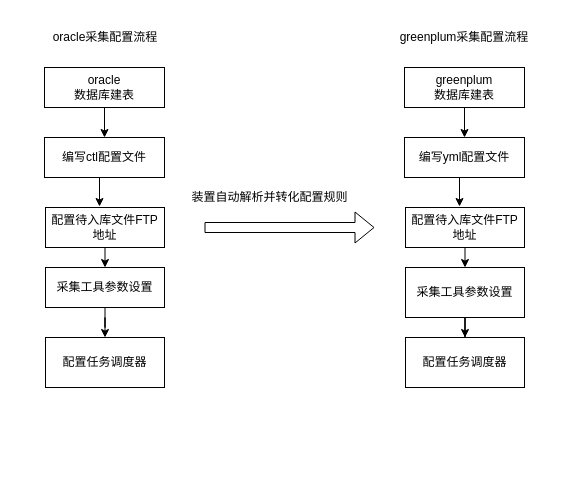
Above: Untitled Diagram.drawio in jiangyuanyuan1/invention (draw.io), before the change. Source tidied: cells renumbered, new cells numbered last; positions are measured from the earlier drawing's top-left corner, leaving out a move shared by most shapes. Both pictures are drawn from the tidied source at 100%, with x=0, y=0 at pixel (44, 17).
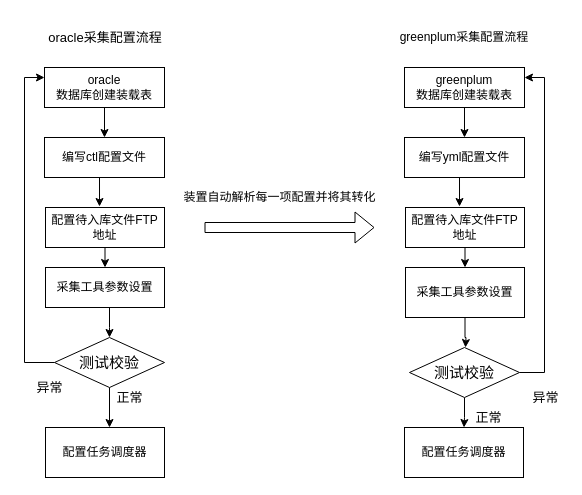
The same page after the edit.

Unchanged cells that the change refers to:
```xml
<mxCell id="10" value="采集工具参数设置" style="rounded=0;whiteSpace=wrap;html=1;" parent="1" vertex="1">
  <mxGeometry x="1" y="250" width="119" height="40" as="geometry" />
</mxCell>
<mxCell id="20" value="采集工具参数设置" style="rounded=0;whiteSpace=wrap;html=1;" parent="1" vertex="1">
  <mxGeometry x="361" y="250" width="119" height="50" as="geometry" />
</mxCell>
```

The edit, as a diff of the source:
```diff
@@
-    <mxCell id="3" value="oracle&lt;br&gt;数据库建表" style="rounded=0;whiteSpace=wrap;html=1;" parent="1" vertex="1">
+    <mxCell id="3" value="oracle&lt;br&gt;数据库创建装载表" style="rounded=0;whiteSpace=wrap;html=1;" parent="1" vertex="1">
       <mxGeometry y="50" width="120" height="40" as="geometry" />
     </mxCell>
-    <mxCell id="4" value="oracle采集配置流程" style="text;html=1;strokeColor=none;fillColor=none;align=center;verticalAlign=middle;whiteSpace=wrap;rounded=0;" parent="1" vertex="1">
+    <mxCell id="4" value="oracle采集配置流程" style="text;html=1;strokeColor=none;fillColor=none;align=center;verticalAlign=middle;whiteSpace=wrap;rounded=0;fontSize=13;" parent="1" vertex="1">
       <mxGeometry x="1" width="120" height="40" as="geometry" />
     </mxCell>
@@
-    <mxCell id="9" style="edgeStyle=orthogonalEdgeStyle;rounded=0;jettySize=auto;html=1;" parent="1" edge="1" source="10" target="11">
-      <mxGeometry relative="1" as="geometry" />
-    </mxCell>
+    <mxCell id="24" style="edgeStyle=orthogonalEdgeStyle;rounded=0;jettySize=auto;html=1;fontSize=15;entryX=0.5;entryY=0;entryDx=0;entryDy=0;" parent="1" edge="1" source="10" target="31">
+      <mxGeometry relative="1" as="geometry">
+        <Array as="points">
+          <mxPoint x="65" y="310" />
+          <mxPoint x="65" y="310" />
+        </Array>
+      </mxGeometry>
+    </mxCell>
@@
-    <mxCell id="11" value="配置任务调度器" style="rounded=0;whiteSpace=wrap;html=1;" parent="1" vertex="1">
-      <mxGeometry x="1" y="320" width="119" height="50" as="geometry" />
-    </mxCell>
+    <mxCell id="25" style="edgeStyle=orthogonalEdgeStyle;rounded=0;jettySize=auto;html=1;" parent="1" edge="1" source="31" target="26">
+      <mxGeometry relative="1" as="geometry">
+        <Array as="points">
+          <mxPoint x="61" y="420" />
+          <mxPoint x="61" y="420" />
+        </Array>
+      </mxGeometry>
+    </mxCell>
@@
-    <mxCell id="13" value="greenplum&lt;br&gt;数据库建表" style="rounded=0;whiteSpace=wrap;html=1;" parent="1" vertex="1">
+    <mxCell id="13" value="greenplum&lt;br&gt;数据库创建装载表" style="rounded=0;whiteSpace=wrap;html=1;" parent="1" vertex="1">
       <mxGeometry x="360" y="50" width="120" height="40" as="geometry" />
     </mxCell>
@@
-    <mxCell id="19" style="edgeStyle=orthogonalEdgeStyle;rounded=0;jettySize=auto;html=1;" parent="1" edge="1" source="20" target="21">
-      <mxGeometry relative="1" as="geometry" />
+    <mxCell id="19" style="edgeStyle=orthogonalEdgeStyle;rounded=0;jettySize=auto;html=1;" parent="1" edge="1" source="20">
+      <mxGeometry relative="1" as="geometry">
+        <mxPoint x="421" y="330" as="targetPoint" />
+      </mxGeometry>
     </mxCell>
@@
-    <mxCell id="21" value="配置任务调度器" style="rounded=0;whiteSpace=wrap;html=1;" parent="1" vertex="1">
-      <mxGeometry x="361" y="320" width="119" height="50" as="geometry" />
-    </mxCell>
@@
-    <mxCell id="23" value="装置自动解析并转化配置规则" style="text;html=1;align=center;verticalAlign=middle;" parent="1" vertex="1">
-      <mxGeometry x="140" y="170" width="170" height="20" as="geometry" />
+    <mxCell id="23" value="装置自动解析每一项配置并将其转化" style="text;html=1;align=center;verticalAlign=middle;" parent="1" vertex="1">
+      <mxGeometry x="130" y="170" width="210" height="20" as="geometry" />
     </mxCell>
+    <mxCell id="26" value="配置任务调度器" style="rounded=0;whiteSpace=wrap;html=1;" parent="1" vertex="1">
+      <mxGeometry x="1" y="410" width="119" height="50" as="geometry" />
+    </mxCell>
+    <mxCell id="27" value="配置任务调度器" style="rounded=0;whiteSpace=wrap;html=1;" parent="1" vertex="1">
+      <mxGeometry x="360" y="410" width="119" height="50" as="geometry" />
+    </mxCell>
+    <mxCell id="28" style="edgeStyle=orthogonalEdgeStyle;rounded=0;jettySize=auto;html=1;entryX=0;entryY=0.25;entryDx=0;entryDy=0;fontSize=15;" parent="1" edge="1" source="31" target="3">
+      <mxGeometry relative="1" as="geometry">
+        <Array as="points">
+          <mxPoint x="-20" y="345" />
+          <mxPoint x="-20" y="60" />
+        </Array>
+      </mxGeometry>
+    </mxCell>
+    <mxCell id="29" value="正常" style="text;html=1;align=center;verticalAlign=middle;fontSize=13;" parent="1" vertex="1">
+      <mxGeometry x="65" y="370" width="40" height="20" as="geometry" />
+    </mxCell>
+    <mxCell id="30" value="异常" style="text;html=1;align=center;verticalAlign=middle;fontSize=13;" parent="1" vertex="1">
+      <mxGeometry x="-15" y="360" width="40" height="20" as="geometry" />
+    </mxCell>
+    <mxCell id="31" value="测试校验" style="rhombus;whiteSpace=wrap;html=1;fontSize=15;" parent="1" vertex="1">
+      <mxGeometry x="10" y="320" width="110" height="50" as="geometry" />
+    </mxCell>
+    <mxCell id="32" style="edgeStyle=orthogonalEdgeStyle;rounded=0;jettySize=auto;html=1;exitX=1;exitY=0.5;exitDx=0;exitDy=0;entryX=1;entryY=0.25;entryDx=0;entryDy=0;fontSize=15;" parent="1" edge="1" source="34" target="13">
+      <mxGeometry relative="1" as="geometry">
+        <Array as="points">
+          <mxPoint x="500" y="355" />
+          <mxPoint x="500" y="60" />
+        </Array>
+      </mxGeometry>
+    </mxCell>
+    <mxCell id="33" style="edgeStyle=orthogonalEdgeStyle;rounded=0;jettySize=auto;html=1;fontSize=13;" parent="1" edge="1" source="34" target="27">
+      <mxGeometry relative="1" as="geometry" />
+    </mxCell>
+    <mxCell id="34" value="测试校验" style="rhombus;whiteSpace=wrap;html=1;fontSize=15;" parent="1" vertex="1">
+      <mxGeometry x="365" y="330" width="110" height="50" as="geometry" />
+    </mxCell>
+    <mxCell id="35" value="正常" style="text;html=1;align=center;verticalAlign=middle;fontSize=13;" parent="1" vertex="1">
+      <mxGeometry x="423.5" y="390" width="40" height="20" as="geometry" />
+    </mxCell>
+    <mxCell id="36" value="异常" style="text;html=1;align=center;verticalAlign=middle;fontSize=13;" parent="1" vertex="1">
+      <mxGeometry x="480.5" y="370" width="40" height="20" as="geometry" />
+    </mxCell>
```
